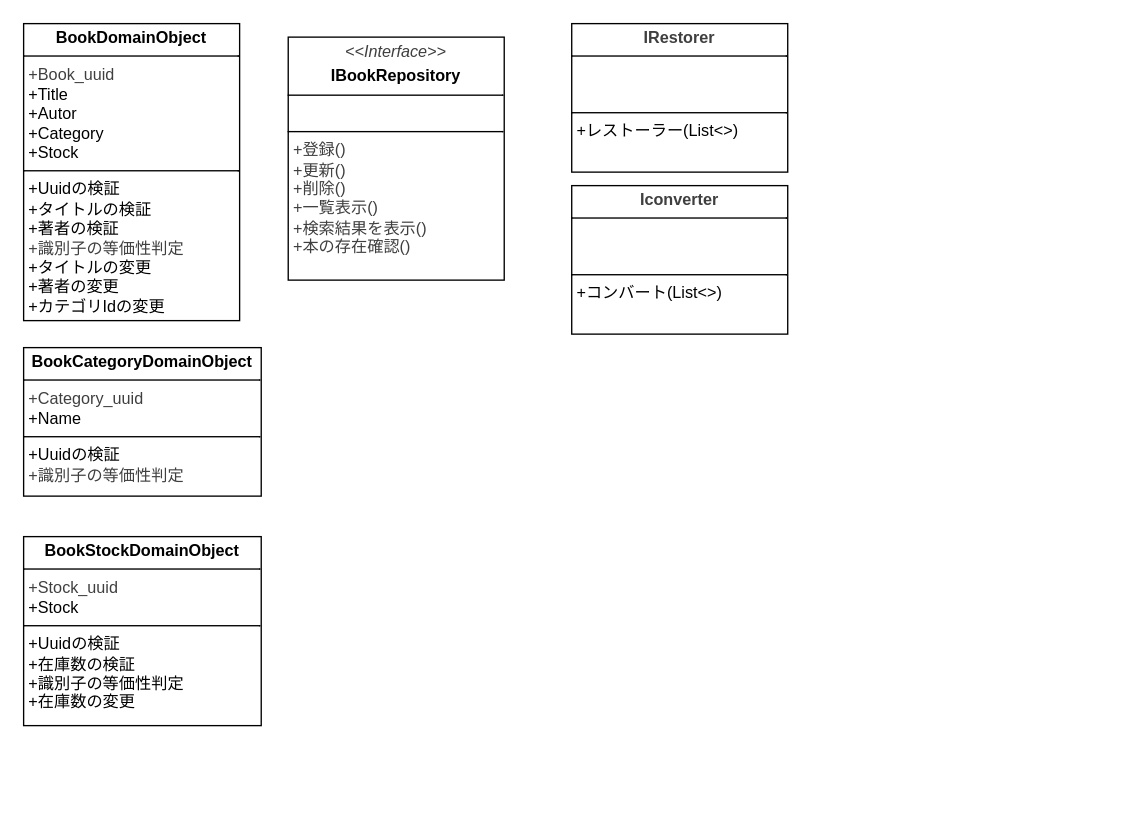
yo-watanabe47/LIBRARYAPI keeps this draw.io diagram as page "Domain" (4 of 5) of ClassDiagram/LibrartAPI_ClassDiagram.dio. Above is the earlier version. Source tidied: cells renumbered, new cells numbered last; positions are measured from the earlier drawing's top-left corner, leaving out a move shared by most shapes. Both pictures are drawn from the tidied source at 135%, with x=0, y=0 at pixel (23, 23).
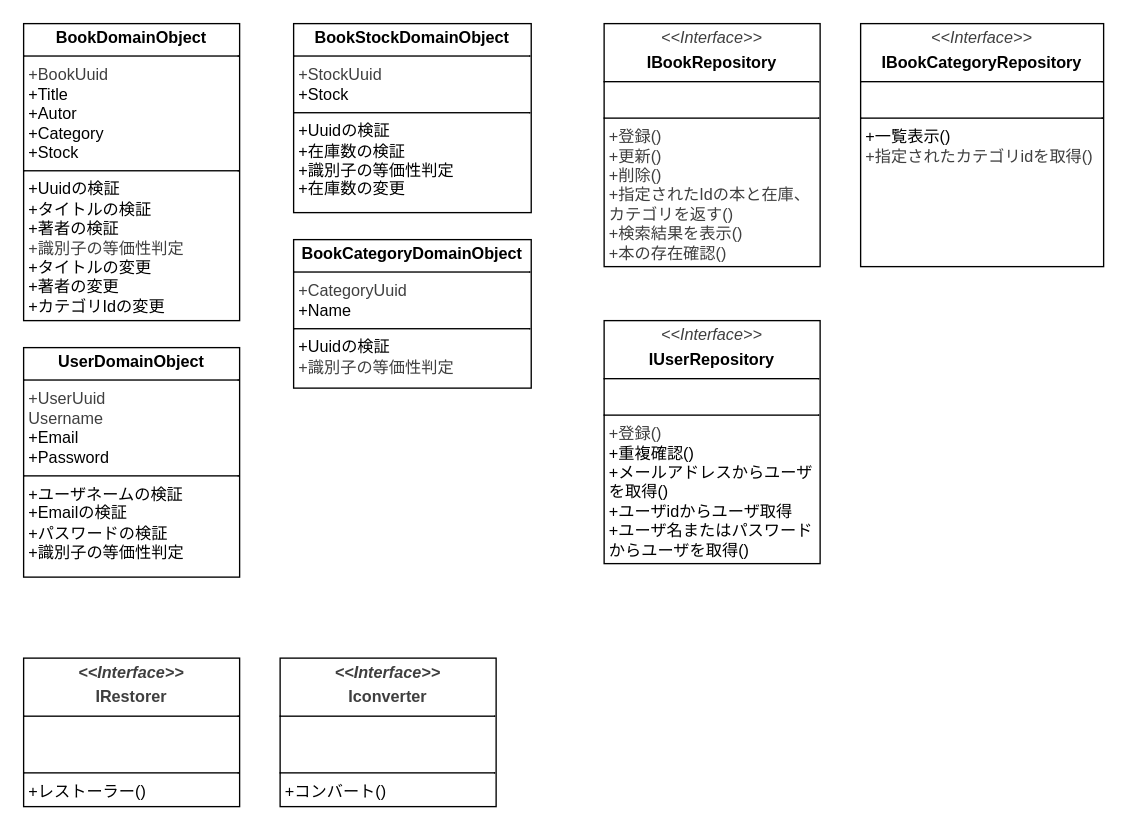
Above is the later version.

Change to the diagram source:
```diff
@@
 <mxGraphModel>
   <root>
     <mxCell id="0" />
     <mxCell id="1" parent="0" />
-    <mxCell id="2" value="&lt;p style=&quot;margin:0px;margin-top:4px;text-align:center;&quot;&gt;&lt;i style=&quot;color: rgb(63, 63, 63); scrollbar-color: rgb(226, 226, 226) rgb(251, 251, 251);&quot;&gt;&amp;lt;&amp;lt;Interface&amp;gt;&amp;gt;&lt;/i&gt;&lt;br style=&quot;color: rgb(63, 63, 63); scrollbar-color: rgb(226, 226, 226) rgb(251, 251, 251);&quot;&gt;&lt;/p&gt;&lt;p style=&quot;margin:0px;margin-top:4px;text-align:center;&quot;&gt;&lt;b&gt;IBookRepository&lt;/b&gt;&lt;/p&gt;&lt;hr size=&quot;1&quot; style=&quot;border-style:solid;&quot;&gt;&lt;p style=&quot;margin:0px;margin-left:4px;&quot;&gt;&lt;br&gt;&lt;/p&gt;&lt;hr size=&quot;1&quot; style=&quot;border-style:solid;&quot;&gt;&lt;p style=&quot;margin:0px;margin-left:4px;&quot;&gt;&lt;span style=&quot;color: rgb(63, 63, 63); background-color: transparent;&quot;&gt;+登録()&lt;/span&gt;&lt;/p&gt;&lt;p style=&quot;margin:0px;margin-left:4px;&quot;&gt;&lt;span style=&quot;color: rgb(63, 63, 63); background-color: transparent;&quot;&gt;+更新()&lt;/span&gt;&lt;/p&gt;&lt;p style=&quot;margin:0px;margin-left:4px;&quot;&gt;&lt;span style=&quot;color: rgb(63, 63, 63); background-color: transparent;&quot;&gt;+削除()&lt;br&gt;+一覧表示()&lt;br&gt;+検索結果を表示()&lt;/span&gt;&lt;/p&gt;&lt;p style=&quot;margin:0px;margin-left:4px;&quot;&gt;&lt;span style=&quot;color: rgb(63, 63, 63); background-color: transparent;&quot;&gt;+本の存在確認()&lt;/span&gt;&lt;/p&gt;&lt;p style=&quot;margin:0px;margin-left:4px;&quot;&gt;&lt;span style=&quot;color: rgb(63, 63, 63); background-color: transparent;&quot;&gt;&lt;br&gt;&lt;/span&gt;&lt;/p&gt;" style="verticalAlign=top;align=left;overflow=fill;html=1;whiteSpace=wrap;" parent="1" vertex="1">
-      <mxGeometry x="196" y="10" width="160" height="180" as="geometry" />
+    <mxCell id="2" value="&lt;p style=&quot;margin:0px;margin-top:4px;text-align:center;&quot;&gt;&lt;i style=&quot;color: rgb(63, 63, 63); scrollbar-color: rgb(226, 226, 226) rgb(251, 251, 251);&quot;&gt;&amp;lt;&amp;lt;Interface&amp;gt;&amp;gt;&lt;/i&gt;&lt;br style=&quot;color: rgb(63, 63, 63); scrollbar-color: rgb(226, 226, 226) rgb(251, 251, 251);&quot;&gt;&lt;/p&gt;&lt;p style=&quot;margin:0px;margin-top:4px;text-align:center;&quot;&gt;&lt;b&gt;IBookRepository&lt;/b&gt;&lt;/p&gt;&lt;hr size=&quot;1&quot; style=&quot;border-style:solid;&quot;&gt;&lt;p style=&quot;margin:0px;margin-left:4px;&quot;&gt;&lt;br&gt;&lt;/p&gt;&lt;hr size=&quot;1&quot; style=&quot;border-style:solid;&quot;&gt;&lt;p style=&quot;margin:0px;margin-left:4px;&quot;&gt;&lt;span style=&quot;color: rgb(63, 63, 63); background-color: transparent;&quot;&gt;+登録()&lt;/span&gt;&lt;/p&gt;&lt;p style=&quot;margin:0px;margin-left:4px;&quot;&gt;&lt;span style=&quot;color: rgb(63, 63, 63); background-color: transparent;&quot;&gt;+更新()&lt;/span&gt;&lt;/p&gt;&lt;p style=&quot;margin:0px;margin-left:4px;&quot;&gt;&lt;span style=&quot;color: rgb(63, 63, 63); background-color: transparent;&quot;&gt;+削除()&lt;br&gt;+指定されたIdの本と在庫、カテゴリを返す()&lt;br&gt;+検索結果を表示()&lt;/span&gt;&lt;/p&gt;&lt;p style=&quot;margin:0px;margin-left:4px;&quot;&gt;&lt;span style=&quot;color: rgb(63, 63, 63); background-color: transparent;&quot;&gt;+本の存在確認()&lt;/span&gt;&lt;/p&gt;&lt;p style=&quot;margin:0px;margin-left:4px;&quot;&gt;&lt;span style=&quot;color: rgb(63, 63, 63); background-color: transparent;&quot;&gt;&lt;br&gt;&lt;/span&gt;&lt;/p&gt;" style="verticalAlign=top;align=left;overflow=fill;html=1;whiteSpace=wrap;" parent="1" vertex="1">
+      <mxGeometry x="430" width="160" height="180" as="geometry" />
     </mxCell>
-    <mxCell id="3" value="&lt;p style=&quot;margin:0px;margin-top:4px;text-align:center;&quot;&gt;&lt;b&gt;BookDomainObject&lt;/b&gt;&lt;/p&gt;&lt;hr size=&quot;1&quot; style=&quot;border-style:solid;&quot;&gt;&lt;p style=&quot;margin:0px;margin-left:4px;&quot;&gt;&lt;span style=&quot;color: rgb(63, 63, 63); background-color: transparent;&quot;&gt;+Book_uuid&lt;/span&gt;&lt;/p&gt;&lt;p style=&quot;margin:0px;margin-left:4px;&quot;&gt;+Title&lt;/p&gt;&lt;p style=&quot;margin:0px;margin-left:4px;&quot;&gt;+Autor&lt;/p&gt;&lt;p style=&quot;margin:0px;margin-left:4px;&quot;&gt;+Category&lt;/p&gt;&lt;p style=&quot;margin:0px;margin-left:4px;&quot;&gt;+Stock&lt;/p&gt;&lt;hr size=&quot;1&quot; style=&quot;border-style:solid;&quot;&gt;&lt;p style=&quot;margin:0px;margin-left:4px;&quot;&gt;+Uuidの検証&lt;br&gt;&lt;/p&gt;&lt;p style=&quot;margin:0px;margin-left:4px;&quot;&gt;+タイトルの検証&lt;/p&gt;&lt;p style=&quot;margin:0px;margin-left:4px;&quot;&gt;+著者の検証&lt;/p&gt;&lt;p style=&quot;margin:0px;margin-left:4px;&quot;&gt;&lt;span style=&quot;color: rgb(63, 63, 63); background-color: transparent;&quot;&gt;+識別子の等価性判定&lt;/span&gt;&lt;/p&gt;&lt;p style=&quot;margin:0px;margin-left:4px;&quot;&gt;+タイトルの変更&lt;/p&gt;&lt;p style=&quot;margin:0px;margin-left:4px;&quot;&gt;+著者の変更&lt;/p&gt;&lt;p style=&quot;margin:0px;margin-left:4px;&quot;&gt;+カテゴリIdの変更&lt;/p&gt;" style="verticalAlign=top;align=left;overflow=fill;html=1;whiteSpace=wrap;" parent="1" vertex="1">
+    <mxCell id="3" value="&lt;p style=&quot;margin:0px;margin-top:4px;text-align:center;&quot;&gt;&lt;b&gt;BookDomainObject&lt;/b&gt;&lt;/p&gt;&lt;hr size=&quot;1&quot; style=&quot;border-style:solid;&quot;&gt;&lt;p style=&quot;margin:0px;margin-left:4px;&quot;&gt;&lt;span style=&quot;color: rgb(63, 63, 63); background-color: transparent;&quot;&gt;+BookUuid&lt;/span&gt;&lt;/p&gt;&lt;p style=&quot;margin:0px;margin-left:4px;&quot;&gt;+Title&lt;/p&gt;&lt;p style=&quot;margin:0px;margin-left:4px;&quot;&gt;+Autor&lt;/p&gt;&lt;p style=&quot;margin:0px;margin-left:4px;&quot;&gt;+Category&lt;/p&gt;&lt;p style=&quot;margin:0px;margin-left:4px;&quot;&gt;+Stock&lt;/p&gt;&lt;hr size=&quot;1&quot; style=&quot;border-style:solid;&quot;&gt;&lt;p style=&quot;margin:0px;margin-left:4px;&quot;&gt;+Uuidの検証&lt;br&gt;&lt;/p&gt;&lt;p style=&quot;margin:0px;margin-left:4px;&quot;&gt;+タイトルの検証&lt;/p&gt;&lt;p style=&quot;margin:0px;margin-left:4px;&quot;&gt;+著者の検証&lt;/p&gt;&lt;p style=&quot;margin:0px;margin-left:4px;&quot;&gt;&lt;span style=&quot;color: rgb(63, 63, 63); background-color: transparent;&quot;&gt;+識別子の等価性判定&lt;/span&gt;&lt;/p&gt;&lt;p style=&quot;margin:0px;margin-left:4px;&quot;&gt;+タイトルの変更&lt;/p&gt;&lt;p style=&quot;margin:0px;margin-left:4px;&quot;&gt;+著者の変更&lt;/p&gt;&lt;p style=&quot;margin:0px;margin-left:4px;&quot;&gt;+カテゴリIdの変更&lt;/p&gt;" style="verticalAlign=top;align=left;overflow=fill;html=1;whiteSpace=wrap;" parent="1" vertex="1">
       <mxGeometry width="160" height="220" as="geometry" />
     </mxCell>
-    <mxCell id="4" value="&lt;p style=&quot;margin:0px;margin-top:4px;text-align:center;&quot;&gt;&lt;span style=&quot;color: rgb(63, 63, 63); background-color: transparent;&quot;&gt;&lt;b&gt;Iconverter&lt;/b&gt;&lt;/span&gt;&lt;/p&gt;&lt;hr size=&quot;1&quot; style=&quot;border-style:solid;&quot;&gt;&lt;p style=&quot;margin:0px;margin-left:4px;&quot;&gt;&lt;br&gt;&lt;/p&gt;&lt;p style=&quot;margin:0px;margin-left:4px;&quot;&gt;&lt;br&gt;&lt;/p&gt;&lt;hr size=&quot;1&quot; style=&quot;border-style:solid;&quot;&gt;&lt;p style=&quot;margin:0px;margin-left:4px;&quot;&gt;&lt;span style=&quot;background-color: transparent;&quot;&gt;+コンバート(List&amp;lt;&amp;gt;)&lt;/span&gt;&lt;/p&gt;" style="verticalAlign=top;align=left;overflow=fill;html=1;whiteSpace=wrap;" parent="1" vertex="1">
-      <mxGeometry x="406" y="120" width="160" height="110" as="geometry" />
+    <mxCell id="4" value="&lt;p style=&quot;margin:0px;margin-top:4px;text-align:center;&quot;&gt;&lt;i style=&quot;color: rgb(63, 63, 63); background-color: transparent; scrollbar-color: rgb(226, 226, 226) rgb(251, 251, 251);&quot;&gt;&lt;b&gt;&amp;lt;&amp;lt;Interface&amp;gt;&amp;gt;&lt;/b&gt;&lt;/i&gt;&lt;/p&gt;&lt;p style=&quot;margin:0px;margin-top:4px;text-align:center;&quot;&gt;&lt;span style=&quot;color: rgb(63, 63, 63); background-color: transparent;&quot;&gt;&lt;b&gt;Iconverter&lt;/b&gt;&lt;/span&gt;&lt;/p&gt;&lt;hr size=&quot;1&quot; style=&quot;border-style:solid;&quot;&gt;&lt;p style=&quot;margin:0px;margin-left:4px;&quot;&gt;&lt;br&gt;&lt;/p&gt;&lt;p style=&quot;margin:0px;margin-left:4px;&quot;&gt;&lt;br&gt;&lt;/p&gt;&lt;hr size=&quot;1&quot; style=&quot;border-style:solid;&quot;&gt;&lt;p style=&quot;margin:0px;margin-left:4px;&quot;&gt;&lt;span style=&quot;background-color: transparent;&quot;&gt;+コンバート()&lt;/span&gt;&lt;/p&gt;" style="verticalAlign=top;align=left;overflow=fill;html=1;whiteSpace=wrap;" parent="1" vertex="1">
+      <mxGeometry x="190" y="470" width="160" height="110" as="geometry" />
     </mxCell>
-    <mxCell id="5" value="&lt;p style=&quot;margin:0px;margin-top:4px;text-align:center;&quot;&gt;&lt;span style=&quot;color: rgb(63, 63, 63); background-color: transparent;&quot;&gt;&lt;b&gt;IRestorer&lt;/b&gt;&lt;/span&gt;&lt;/p&gt;&lt;hr size=&quot;1&quot; style=&quot;border-style:solid;&quot;&gt;&lt;p style=&quot;margin:0px;margin-left:4px;&quot;&gt;&lt;br&gt;&lt;/p&gt;&lt;p style=&quot;margin:0px;margin-left:4px;&quot;&gt;&lt;br&gt;&lt;/p&gt;&lt;hr size=&quot;1&quot; style=&quot;border-style:solid;&quot;&gt;&lt;p style=&quot;margin:0px;margin-left:4px;&quot;&gt;&lt;span style=&quot;background-color: transparent;&quot;&gt;+レストーラー(List&amp;lt;&amp;gt;)&lt;/span&gt;&lt;/p&gt;" style="verticalAlign=top;align=left;overflow=fill;html=1;whiteSpace=wrap;" parent="1" vertex="1">
-      <mxGeometry x="406" width="160" height="110" as="geometry" />
+    <mxCell id="5" value="&lt;p style=&quot;margin:0px;margin-top:4px;text-align:center;&quot;&gt;&lt;span style=&quot;color: rgb(63, 63, 63); background-color: transparent;&quot;&gt;&lt;/span&gt;&lt;/p&gt;&lt;p style=&quot;color: rgb(63, 63, 63); scrollbar-color: rgb(226, 226, 226) rgb(251, 251, 251); margin: 4px 0px 0px; text-align: center;&quot;&gt;&lt;i style=&quot;color: rgb(63, 63, 63); scrollbar-color: rgb(226, 226, 226) rgb(251, 251, 251); background-color: transparent;&quot;&gt;&lt;b style=&quot;color: rgb(63, 63, 63); scrollbar-color: rgb(226, 226, 226) rgb(251, 251, 251);&quot;&gt;&amp;lt;&amp;lt;Interface&amp;gt;&amp;gt;&lt;/b&gt;&lt;/i&gt;&lt;/p&gt;&lt;p style=&quot;margin:0px;margin-top:4px;text-align:center;&quot;&gt;&lt;span style=&quot;color: rgb(63, 63, 63); background-color: transparent;&quot;&gt;&lt;b&gt;IRestorer&lt;/b&gt;&lt;/span&gt;&lt;/p&gt;&lt;hr size=&quot;1&quot; style=&quot;border-style:solid;&quot;&gt;&lt;p style=&quot;margin:0px;margin-left:4px;&quot;&gt;&lt;br&gt;&lt;/p&gt;&lt;p style=&quot;margin:0px;margin-left:4px;&quot;&gt;&lt;br&gt;&lt;/p&gt;&lt;hr size=&quot;1&quot; style=&quot;border-style:solid;&quot;&gt;&lt;p style=&quot;margin:0px;margin-left:4px;&quot;&gt;&lt;span style=&quot;background-color: transparent;&quot;&gt;+レストーラー()&lt;/span&gt;&lt;/p&gt;" style="verticalAlign=top;align=left;overflow=fill;html=1;whiteSpace=wrap;" parent="1" vertex="1">
+      <mxGeometry y="470" width="160" height="110" as="geometry" />
     </mxCell>
-    <mxCell id="6" value="&lt;p style=&quot;margin:0px;margin-top:4px;text-align:center;&quot;&gt;&lt;b&gt;BookCategoryDomainObject&lt;/b&gt;&lt;/p&gt;&lt;hr size=&quot;1&quot; style=&quot;border-style:solid;&quot;&gt;&lt;p style=&quot;margin:0px;margin-left:4px;&quot;&gt;&lt;span style=&quot;color: rgb(63, 63, 63); background-color: transparent;&quot;&gt;+Category_uuid&lt;/span&gt;&lt;/p&gt;&lt;p style=&quot;margin:0px;margin-left:4px;&quot;&gt;+Name&lt;/p&gt;&lt;hr size=&quot;1&quot; style=&quot;border-style:solid;&quot;&gt;&lt;p style=&quot;margin:0px;margin-left:4px;&quot;&gt;+Uuidの検証&lt;/p&gt;&lt;p style=&quot;margin:0px;margin-left:4px;&quot;&gt;&lt;span style=&quot;color: rgb(63, 63, 63); background-color: transparent;&quot;&gt;+識別子の等価性判定&lt;/span&gt;&lt;/p&gt;&lt;p style=&quot;margin:0px;margin-left:4px;&quot;&gt;&lt;br&gt;&lt;/p&gt;" style="verticalAlign=top;align=left;overflow=fill;html=1;whiteSpace=wrap;" parent="1" vertex="1">
-      <mxGeometry y="240" width="176" height="110" as="geometry" />
+    <mxCell id="6" value="&lt;p style=&quot;margin:0px;margin-top:4px;text-align:center;&quot;&gt;&lt;b&gt;BookCategoryDomainObject&lt;/b&gt;&lt;/p&gt;&lt;hr size=&quot;1&quot; style=&quot;border-style:solid;&quot;&gt;&lt;p style=&quot;margin:0px;margin-left:4px;&quot;&gt;&lt;span style=&quot;color: rgb(63, 63, 63); background-color: transparent;&quot;&gt;+CategoryUuid&lt;/span&gt;&lt;/p&gt;&lt;p style=&quot;margin:0px;margin-left:4px;&quot;&gt;+Name&lt;/p&gt;&lt;hr size=&quot;1&quot; style=&quot;border-style:solid;&quot;&gt;&lt;p style=&quot;margin:0px;margin-left:4px;&quot;&gt;+Uuidの検証&lt;/p&gt;&lt;p style=&quot;margin:0px;margin-left:4px;&quot;&gt;&lt;span style=&quot;color: rgb(63, 63, 63); background-color: transparent;&quot;&gt;+識別子の等価性判定&lt;/span&gt;&lt;/p&gt;&lt;p style=&quot;margin:0px;margin-left:4px;&quot;&gt;&lt;br&gt;&lt;/p&gt;" style="verticalAlign=top;align=left;overflow=fill;html=1;whiteSpace=wrap;" parent="1" vertex="1">
+      <mxGeometry x="200" y="160" width="176" height="110" as="geometry" />
     </mxCell>
-    <mxCell id="7" value="&lt;p style=&quot;margin:0px;margin-top:4px;text-align:center;&quot;&gt;&lt;b&gt;BookStockDomainObject&lt;/b&gt;&lt;/p&gt;&lt;hr size=&quot;1&quot; style=&quot;border-style:solid;&quot;&gt;&lt;p style=&quot;margin:0px;margin-left:4px;&quot;&gt;&lt;span style=&quot;color: rgb(63, 63, 63); background-color: transparent;&quot;&gt;+Stock_uuid&lt;/span&gt;&lt;/p&gt;&lt;p style=&quot;margin:0px;margin-left:4px;&quot;&gt;+Stock&lt;/p&gt;&lt;hr size=&quot;1&quot; style=&quot;border-style:solid;&quot;&gt;&lt;p style=&quot;margin:0px;margin-left:4px;&quot;&gt;+Uuidの検証&lt;br&gt;&lt;/p&gt;&lt;p style=&quot;margin:0px;margin-left:4px;&quot;&gt;+在庫数の検証&lt;/p&gt;&lt;p style=&quot;margin:0px;margin-left:4px;&quot;&gt;+識別子の等価性判定&lt;/p&gt;&lt;p style=&quot;margin:0px;margin-left:4px;&quot;&gt;+在庫数の変更&lt;/p&gt;" style="verticalAlign=top;align=left;overflow=fill;html=1;whiteSpace=wrap;" parent="1" vertex="1">
-      <mxGeometry y="380" width="176" height="140" as="geometry" />
+    <mxCell id="7" value="&lt;p style=&quot;margin:0px;margin-top:4px;text-align:center;&quot;&gt;&lt;b&gt;BookStockDomainObject&lt;/b&gt;&lt;/p&gt;&lt;hr size=&quot;1&quot; style=&quot;border-style:solid;&quot;&gt;&lt;p style=&quot;margin:0px;margin-left:4px;&quot;&gt;&lt;span style=&quot;color: rgb(63, 63, 63); background-color: transparent;&quot;&gt;+StockUuid&lt;/span&gt;&lt;/p&gt;&lt;p style=&quot;margin:0px;margin-left:4px;&quot;&gt;+Stock&lt;/p&gt;&lt;hr size=&quot;1&quot; style=&quot;border-style:solid;&quot;&gt;&lt;p style=&quot;margin:0px;margin-left:4px;&quot;&gt;+Uuidの検証&lt;br&gt;&lt;/p&gt;&lt;p style=&quot;margin:0px;margin-left:4px;&quot;&gt;+在庫数の検証&lt;/p&gt;&lt;p style=&quot;margin:0px;margin-left:4px;&quot;&gt;+識別子の等価性判定&lt;/p&gt;&lt;p style=&quot;margin:0px;margin-left:4px;&quot;&gt;+在庫数の変更&lt;/p&gt;" style="verticalAlign=top;align=left;overflow=fill;html=1;whiteSpace=wrap;" parent="1" vertex="1">
+      <mxGeometry x="200" width="176" height="140" as="geometry" />
     </mxCell>
+    <mxCell id="8" value="&lt;p style=&quot;margin:0px;margin-top:4px;text-align:center;&quot;&gt;&lt;b&gt;UserDomainObject&lt;/b&gt;&lt;/p&gt;&lt;hr size=&quot;1&quot; style=&quot;border-style:solid;&quot;&gt;&lt;p style=&quot;margin:0px;margin-left:4px;&quot;&gt;&lt;span style=&quot;color: rgb(63, 63, 63); background-color: transparent;&quot;&gt;+UserUuid&lt;/span&gt;&lt;/p&gt;&lt;p style=&quot;margin:0px;margin-left:4px;&quot;&gt;&lt;span style=&quot;color: rgb(63, 63, 63); background-color: transparent;&quot;&gt;Username&lt;/span&gt;&lt;/p&gt;&lt;p style=&quot;margin:0px;margin-left:4px;&quot;&gt;+Email&lt;/p&gt;&lt;p style=&quot;margin:0px;margin-left:4px;&quot;&gt;+Password&lt;/p&gt;&lt;hr size=&quot;1&quot; style=&quot;border-style:solid;&quot;&gt;&lt;p style=&quot;margin:0px;margin-left:4px;&quot;&gt;+ユーザネームの検証&lt;br&gt;&lt;/p&gt;&lt;p style=&quot;margin:0px;margin-left:4px;&quot;&gt;+Emailの検証&lt;/p&gt;&lt;p style=&quot;margin:0px;margin-left:4px;&quot;&gt;+パスワードの検証&lt;/p&gt;&lt;p style=&quot;margin:0px;margin-left:4px;&quot;&gt;+識別子の等価性判定&lt;/p&gt;&lt;p style=&quot;margin:0px;margin-left:4px;&quot;&gt;&lt;br&gt;&lt;/p&gt;" style="verticalAlign=top;align=left;overflow=fill;html=1;whiteSpace=wrap;" parent="1" vertex="1">
+      <mxGeometry y="240" width="160" height="170" as="geometry" />
+    </mxCell>
+    <mxCell id="9" value="&lt;p style=&quot;margin:0px;margin-top:4px;text-align:center;&quot;&gt;&lt;i style=&quot;color: rgb(63, 63, 63); scrollbar-color: rgb(226, 226, 226) rgb(251, 251, 251);&quot;&gt;&amp;lt;&amp;lt;Interface&amp;gt;&amp;gt;&lt;/i&gt;&lt;br style=&quot;color: rgb(63, 63, 63); scrollbar-color: rgb(226, 226, 226) rgb(251, 251, 251);&quot;&gt;&lt;/p&gt;&lt;p style=&quot;margin:0px;margin-top:4px;text-align:center;&quot;&gt;&lt;b&gt;IBookCategoryRepository&lt;/b&gt;&lt;/p&gt;&lt;hr size=&quot;1&quot; style=&quot;border-style:solid;&quot;&gt;&lt;p style=&quot;margin:0px;margin-left:4px;&quot;&gt;&lt;br&gt;&lt;/p&gt;&lt;hr size=&quot;1&quot; style=&quot;border-style:solid;&quot;&gt;&lt;p style=&quot;margin:0px;margin-left:4px;&quot;&gt;&lt;span style=&quot;background-color: transparent;&quot;&gt;+一覧表示()&lt;/span&gt;&lt;/p&gt;&lt;p style=&quot;margin:0px;margin-left:4px;&quot;&gt;&lt;span style=&quot;color: rgb(63, 63, 63); background-color: transparent;&quot;&gt;+指定されたカテゴリidを取得()&lt;/span&gt;&lt;/p&gt;" style="verticalAlign=top;align=left;overflow=fill;html=1;whiteSpace=wrap;" parent="1" vertex="1">
+      <mxGeometry x="620" width="180" height="180" as="geometry" />
+    </mxCell>
+    <mxCell id="10" value="&lt;p style=&quot;margin:0px;margin-top:4px;text-align:center;&quot;&gt;&lt;i style=&quot;color: rgb(63, 63, 63); scrollbar-color: rgb(226, 226, 226) rgb(251, 251, 251);&quot;&gt;&amp;lt;&amp;lt;Interface&amp;gt;&amp;gt;&lt;/i&gt;&lt;br style=&quot;color: rgb(63, 63, 63); scrollbar-color: rgb(226, 226, 226) rgb(251, 251, 251);&quot;&gt;&lt;/p&gt;&lt;p style=&quot;margin:0px;margin-top:4px;text-align:center;&quot;&gt;&lt;b&gt;IUserRepository&lt;/b&gt;&lt;/p&gt;&lt;hr size=&quot;1&quot; style=&quot;border-style:solid;&quot;&gt;&lt;p style=&quot;margin:0px;margin-left:4px;&quot;&gt;&lt;br&gt;&lt;/p&gt;&lt;hr size=&quot;1&quot; style=&quot;border-style:solid;&quot;&gt;&lt;p style=&quot;margin:0px;margin-left:4px;&quot;&gt;&lt;span style=&quot;color: rgb(63, 63, 63); background-color: transparent;&quot;&gt;+登録()&lt;/span&gt;&lt;/p&gt;&lt;p style=&quot;margin:0px;margin-left:4px;&quot;&gt;+重複確認()&lt;/p&gt;&lt;p style=&quot;margin:0px;margin-left:4px;&quot;&gt;+メールアドレスからユーザを取得()&lt;/p&gt;&lt;p style=&quot;margin:0px;margin-left:4px;&quot;&gt;+ユーザidからユーザ取得&lt;/p&gt;&lt;p style=&quot;margin:0px;margin-left:4px;&quot;&gt;+ユーザ名またはパスワードからユーザを取得()&lt;/p&gt;&lt;p style=&quot;margin:0px;margin-left:4px;&quot;&gt;&lt;br&gt;&lt;/p&gt;" style="verticalAlign=top;align=left;overflow=fill;html=1;whiteSpace=wrap;" parent="1" vertex="1">
+      <mxGeometry x="430" y="220" width="160" height="180" as="geometry" />
+    </mxCell>
   </root>
 </mxGraphModel>
```
